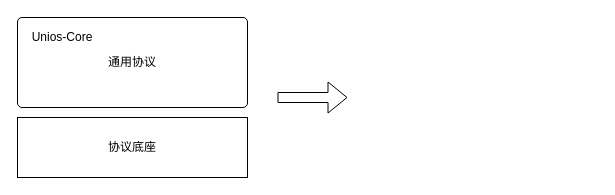
This is 架构图.drawio from suqcnn/12306, a draw.io file, before an edit. Source tidied: cells renumbered, new cells numbered last; positions are measured from the earlier drawing's top-left corner, leaving out a move shared by most shapes. Both pictures are drawn from the tidied source at 100%, with x=0, y=0 at pixel (17, 17).
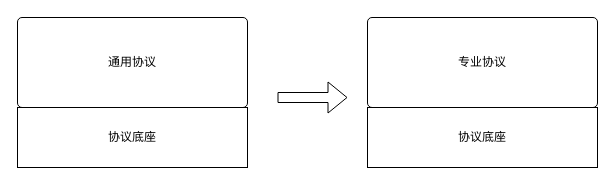
The same diagram, later.

Change to the diagram source:
```diff
@@
 <mxGraphModel>
   <root>
     <mxCell id="0" />
     <mxCell id="1" parent="0" />
     <mxCell id="2" value="通用协议" style="rounded=1;whiteSpace=wrap;html=1;arcSize=5;" parent="1" vertex="1">
       <mxGeometry width="230" height="90" as="geometry" />
     </mxCell>
-    <mxCell id="3" value="Unios-Core" style="text;html=1;strokeColor=none;fillColor=none;align=center;verticalAlign=middle;whiteSpace=wrap;rounded=0;" parent="1" vertex="1">
-      <mxGeometry x="10" y="10" width="70" height="20" as="geometry" />
-    </mxCell>
     <mxCell id="4" style="shape=flexArrow;endArrow=classic;html=1;" parent="1" edge="1">
       <mxGeometry relative="1" as="geometry">
         <mxPoint x="260" y="80" as="sourcePoint" />
         <mxPoint x="330" y="80" as="targetPoint" />
       </mxGeometry>
     </mxCell>
     <mxCell id="5" value="协议底座" style="rounded=0;whiteSpace=wrap;html=1;" parent="1" vertex="1">
-      <mxGeometry y="100" width="230" height="60" as="geometry" />
+      <mxGeometry y="90" width="230" height="60" as="geometry" />
     </mxCell>
+    <mxCell id="6" value="专业协议" style="rounded=1;whiteSpace=wrap;html=1;arcSize=5;" parent="1" vertex="1">
+      <mxGeometry x="350" width="230" height="90" as="geometry" />
+    </mxCell>
+    <mxCell id="7" value="协议底座" style="rounded=0;whiteSpace=wrap;html=1;" parent="1" vertex="1">
+      <mxGeometry x="350" y="90" width="230" height="60" as="geometry" />
+    </mxCell>
   </root>
 </mxGraphModel>
```
